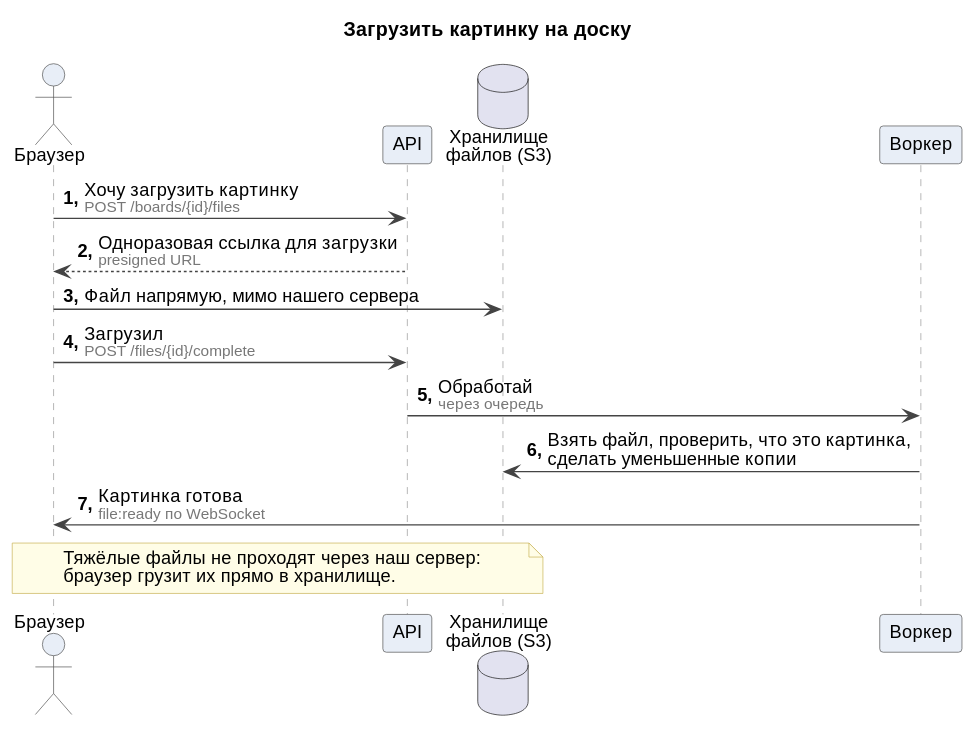
The PlantUML diagram docs/system-design/sequences/09-image-upload.svg in fanera-team/fanera, before a commit. Source of this version:
```plantuml
@startuml
!include _style.iuml
title Загрузить картинку на доску

actor "Браузер" as B
participant "API" as API
database "Хранилище\nфайлов (S3)" as S3
participant "Воркер" as W

B -> API : Хочу загрузить картинку $t("POST /boards/{id}/files")
API --> B : Одноразовая ссылка для загрузки $t("presigned URL")
B -> S3 : Файл напрямую, мимо нашего сервера
B -> API : Загрузил $t("POST /files/{id}/complete")
API -> W : Обработай $t("через очередь")
W -> S3 : Взять файл, проверить, что это картинка,\nсделать уменьшенные копии
W -> B : Картинка готова $t("file:ready по WebSocket")

note over B, S3
  Тяжёлые файлы не проходят через наш сервер:
  браузер грузит их прямо в хранилище.
end note
@enduml
```
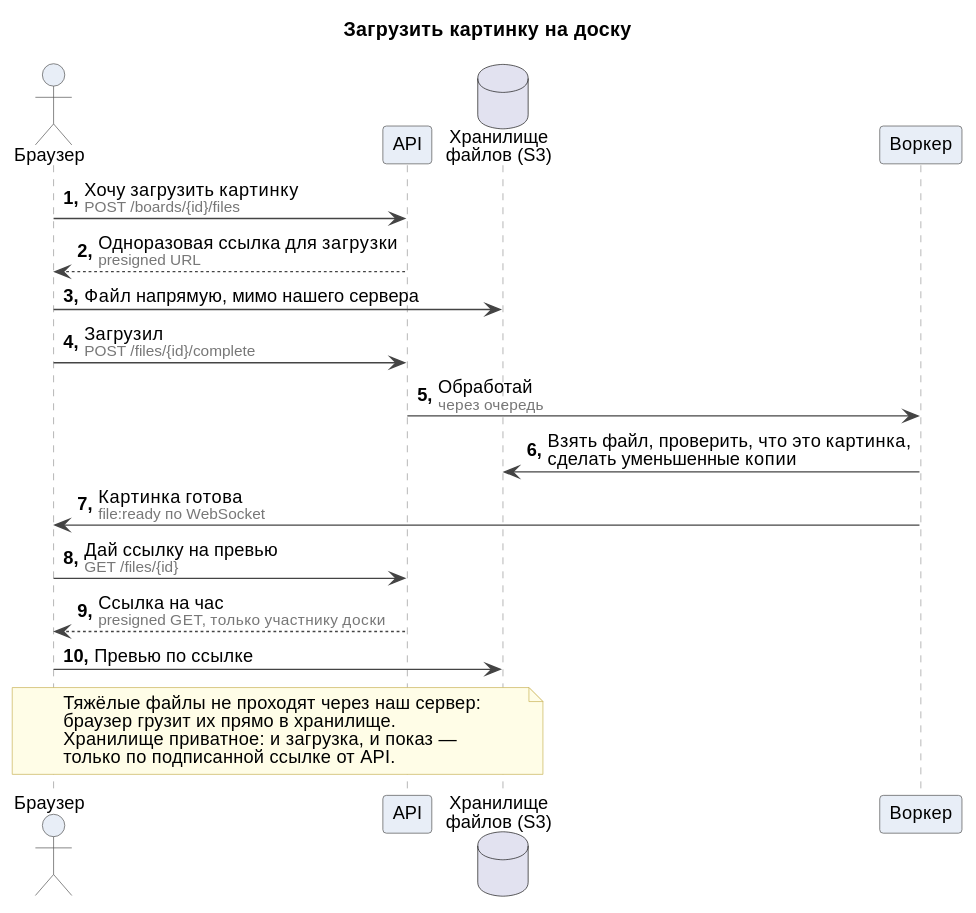
Later version of the same file.

The edit, as a diff of the source:
```diff
@@ -14,9 +14,14 @@
 API -> W : Обработай $t("через очередь")
 W -> S3 : Взять файл, проверить, что это картинка,\nсделать уменьшенные копии
 W -> B : Картинка готова $t("file:ready по WebSocket")
+B -> API : Дай ссылку на превью $t("GET /files/{id}")
+API --> B : Ссылка на час $t("presigned GET, только участнику доски")
+B -> S3 : Превью по ссылке
 
 note over B, S3
   Тяжёлые файлы не проходят через наш сервер:
   браузер грузит их прямо в хранилище.
+  Хранилище приватное: и загрузка, и показ —
+  только по подписанной ссылке от API.
 end note
 @enduml
```
